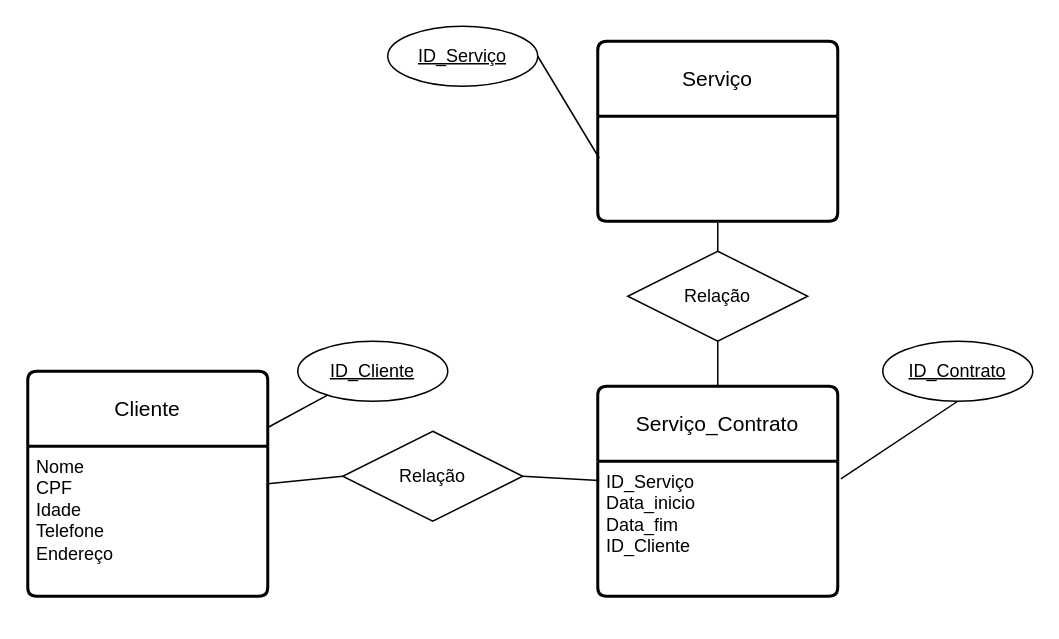
Earlier version of the draw.io diagram Diagramatent1.drawio (Earth5447/Banco-de-dados). Source tidied: cells renumbered, new cells numbered last; positions are measured from the earlier drawing's top-left corner, leaving out a move shared by most shapes. Both pictures are drawn from the tidied source at 150%, with x=0, y=0 at pixel (27, 26).
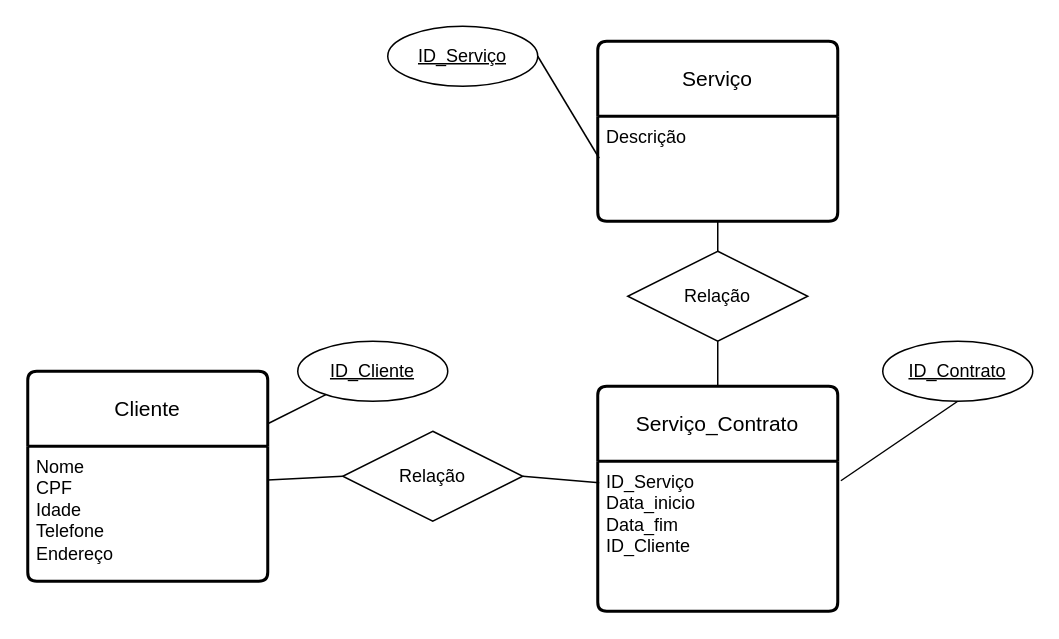
The same diagram, later.

The change refers to these unchanged cells:
```xml
<mxCell id="11" value="Serviço" style="swimlane;horizontal=1;startSize=50;rounded=1;fontSize=14;fontStyle=0;strokeWidth=2;shadow=0;dashed=0;align=center;arcSize=4;whiteSpace=wrap;html=1;" parent="1" vertex="1">
  <mxGeometry x="380" y="10" width="160" height="120" as="geometry" />
</mxCell>
<mxCell id="12" value="Relação" style="shape=rhombus;perimeter=rhombusPerimeter;whiteSpace=wrap;html=1;align=center;" parent="1" vertex="1">
  <mxGeometry x="400" y="150" width="120" height="60" as="geometry" />
</mxCell>
<mxCell id="17" value="&lt;span style=&quot;text-align: left; text-wrap: nowrap;&quot;&gt;ID_Serviço&lt;/span&gt;" style="ellipse;whiteSpace=wrap;html=1;align=center;fontStyle=4;" parent="1" vertex="1">
  <mxGeometry x="240" width="100" height="40" as="geometry" />
</mxCell>
```

What changed in the source:
```diff
@@
     <mxCell id="2" value="Cliente" style="swimlane;horizontal=1;startSize=50;rounded=1;fontSize=14;fontStyle=0;strokeWidth=2;shadow=0;dashed=0;align=center;arcSize=4;whiteSpace=wrap;html=1;" parent="1" vertex="1">
-      <mxGeometry y="230" width="160" height="150" as="geometry" />
+      <mxGeometry y="230" width="160" height="140" as="geometry" />
     </mxCell>
     <mxCell id="3" value="Nome&lt;div&gt;CPF&lt;br&gt;Idade&lt;/div&gt;&lt;div&gt;Telefone&lt;/div&gt;&lt;div&gt;Endereço&lt;/div&gt;" style="align=left;strokeColor=none;fillColor=none;spacingLeft=4;fontSize=12;verticalAlign=top;html=1;" parent="2" vertex="1">
-      <mxGeometry y="50" width="160" height="100" as="geometry" />
+      <mxGeometry y="50" width="160" height="90" as="geometry" />
     </mxCell>
@@
     <mxCell id="9" value="Serviço_Contrato" style="swimlane;horizontal=1;startSize=50;rounded=1;fontSize=14;fontStyle=0;strokeWidth=2;shadow=0;dashed=0;align=center;arcSize=4;whiteSpace=wrap;html=1;" parent="1" vertex="1">
-      <mxGeometry x="380" y="240" width="160" height="140" as="geometry" />
+      <mxGeometry x="380" y="240" width="160" height="150" as="geometry" />
     </mxCell>
     <mxCell id="10" value="ID_Serviço&lt;div&gt;Data_inicio&lt;/div&gt;&lt;div&gt;Data_fim&lt;/div&gt;&lt;div&gt;ID_Cliente&lt;br&gt;&lt;div&gt;&lt;br&gt;&lt;/div&gt;&lt;/div&gt;" style="align=left;strokeColor=none;fillColor=none;spacingLeft=4;fontSize=12;verticalAlign=top;html=1;" parent="9" vertex="1">
-      <mxGeometry y="50" width="160" height="90" as="geometry" />
+      <mxGeometry y="50" width="160" height="100" as="geometry" />
     </mxCell>
@@
+    <mxCell id="19" value="Descrição" style="align=left;strokeColor=none;fillColor=none;spacingLeft=4;fontSize=12;verticalAlign=top;html=1;" parent="11" vertex="1">
+      <mxGeometry y="50" width="160" height="70" as="geometry" />
+    </mxCell>
@@
-    <mxCell id="14" style="endArrow=none;html=1;rounded=0;entryX=0.5;entryY=0;entryDx=0;entryDy=0;exitX=0.5;exitY=1;exitDx=0;exitDy=0;" parent="1" edge="1" target="12">
-      <mxGeometry relative="1" as="geometry">
-        <mxPoint x="460" y="130" as="sourcePoint" />
-      </mxGeometry>
+    <mxCell id="14" style="endArrow=none;html=1;rounded=0;entryX=0.5;entryY=0;entryDx=0;entryDy=0;exitX=0.5;exitY=1;exitDx=0;exitDy=0;" parent="1" edge="1" source="19" target="12">
+      <mxGeometry relative="1" as="geometry" />
     </mxCell>
@@
-    <mxCell id="18" style="endArrow=none;html=1;rounded=0;exitX=1;exitY=0.5;exitDx=0;exitDy=0;entryX=0.006;entryY=0.4;entryDx=0;entryDy=0;entryPerimeter=0;" parent="1" edge="1" source="17">
-      <mxGeometry relative="1" as="geometry">
-        <mxPoint x="381" y="88" as="targetPoint" />
-      </mxGeometry>
+    <mxCell id="18" style="endArrow=none;html=1;rounded=0;exitX=1;exitY=0.5;exitDx=0;exitDy=0;entryX=0.006;entryY=0.4;entryDx=0;entryDy=0;entryPerimeter=0;" parent="1" edge="1" source="17" target="19">
+      <mxGeometry relative="1" as="geometry" />
     </mxCell>
```
